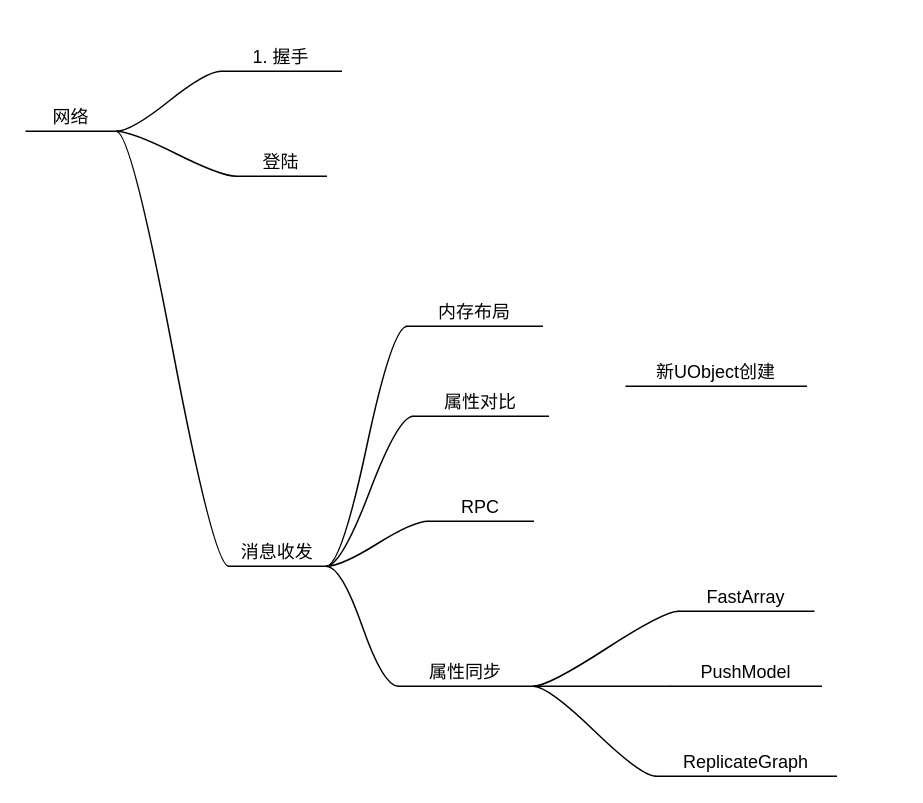
This is page "思维导图" (19 of 22) of UE4网络.drawio from fdcumt/DrawIO, a draw.io file, before an edit. Source tidied: cells renumbered, new cells numbered last; positions are measured from the earlier drawing's top-left corner, leaving out a move shared by most shapes. Both pictures are drawn from the tidied source at 150%, with x=0, y=0 at pixel (26, 26).
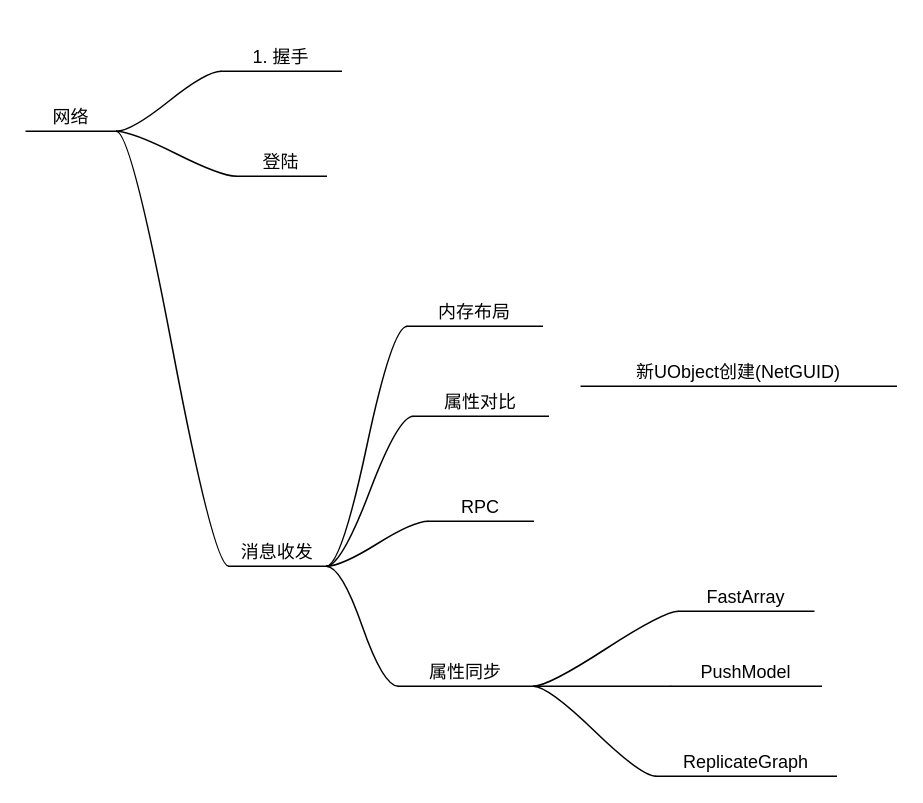
The same page after the edit.

Diff of the diagram source:
```diff
@@
-    <mxCell id="23" value="新UObject创建" style="whiteSpace=wrap;html=1;shape=partialRectangle;top=0;left=0;bottom=1;right=0;fillColor=none;align=center;verticalAlign=bottom;routingCenterY=0.5;newEdgeStyle={&quot;edgeStyle&quot;:&quot;entityRelationEdgeStyle&quot;,&quot;startArrow&quot;:&quot;none&quot;,&quot;endArrow&quot;:&quot;none&quot;,&quot;segment&quot;:10,&quot;curved&quot;:1,&quot;sourcePerimeterSpacing&quot;:0,&quot;targetPerimeterSpacing&quot;:0};" parent="1" vertex="1">
-      <mxGeometry x="400" y="210" width="120" height="30" as="geometry" />
+    <mxCell id="23" value="新UObject创建(NetGUID)" style="whiteSpace=wrap;html=1;shape=partialRectangle;top=0;left=0;bottom=1;right=0;fillColor=none;align=center;verticalAlign=bottom;routingCenterY=0.5;newEdgeStyle={&quot;edgeStyle&quot;:&quot;entityRelationEdgeStyle&quot;,&quot;startArrow&quot;:&quot;none&quot;,&quot;endArrow&quot;:&quot;none&quot;,&quot;segment&quot;:10,&quot;curved&quot;:1,&quot;sourcePerimeterSpacing&quot;:0,&quot;targetPerimeterSpacing&quot;:0};" parent="1" vertex="1">
+      <mxGeometry x="370" y="210" width="210" height="30" as="geometry" />
     </mxCell>
```
